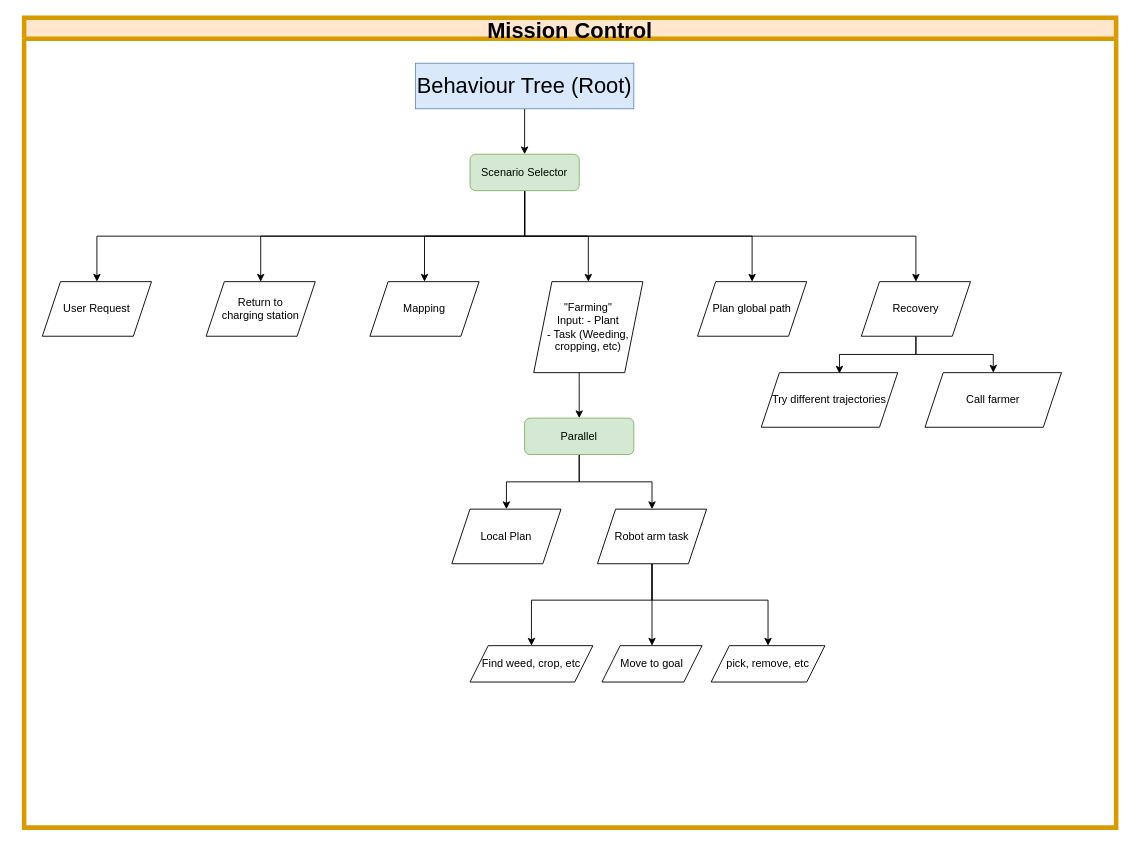
Earlier version of the draw.io diagram page "#3 Mission Control" (15 of 19) of OutdoorNavigationStructure.drawio (ipa-dmo/ipa_outdoor_docu). Source tidied: cells renumbered, new cells numbered last; positions are measured from the earlier drawing's top-left corner, leaving out a move shared by most shapes. Both pictures are drawn from the tidied source at 91%, with x=0, y=0 at pixel (24, 17).
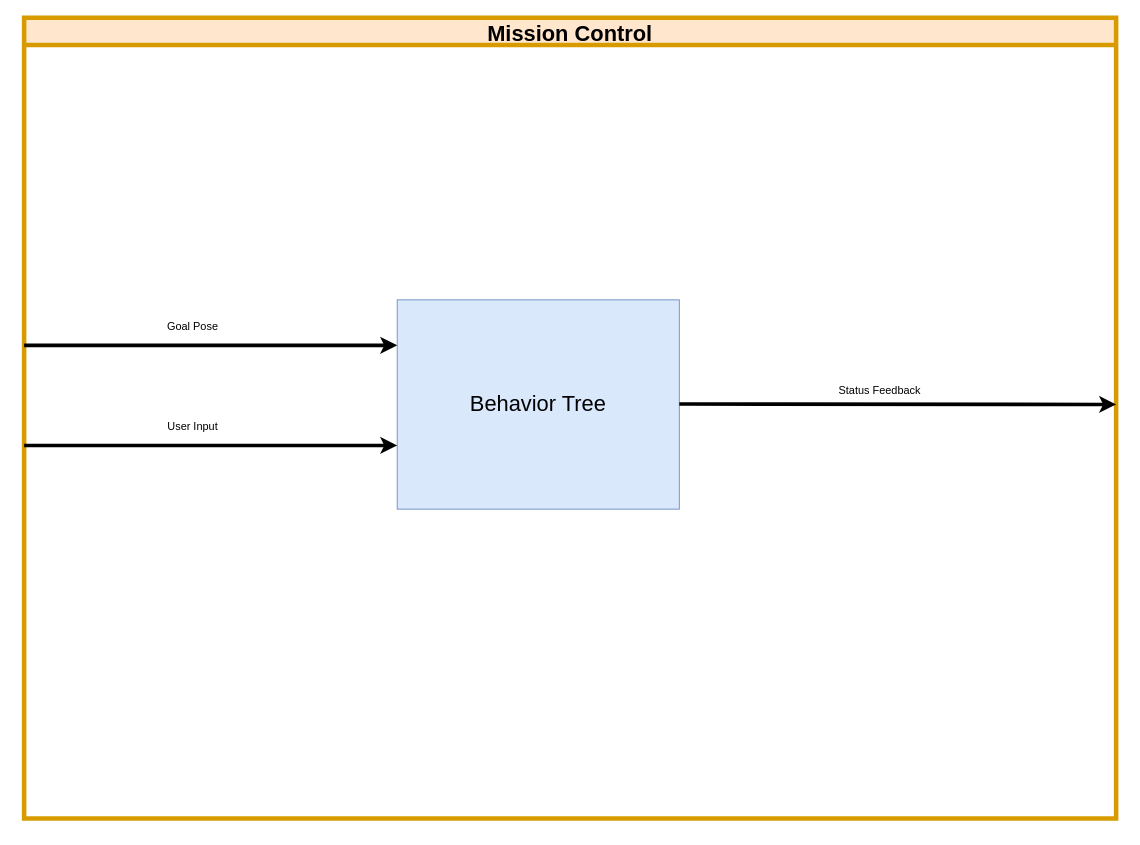
The same page after the edit.

Commit message (it also covers changes not shown here):
fix behavior tree level structure (moved to level #4)

Diff of the diagram source:
```diff
@@
-    <mxCell id="2" value="Mission Control" style="swimlane;fillColor=#ffe6cc;strokeColor=#d79b00;fontSize=24;strokeWidth=5;startSize=23;" parent="1" vertex="1">
-      <mxGeometry width="1200" height="890" as="geometry" />
+    <mxCell id="2" value="Mission Control" style="swimlane;fillColor=#ffe6cc;strokeColor=#d79b00;fontSize=24;strokeWidth=5;startSize=30;" parent="1" vertex="1">
+      <mxGeometry width="1200" height="880" as="geometry" />
     </mxCell>
-    <mxCell id="3" style="edgeStyle=orthogonalEdgeStyle;rounded=0;jettySize=auto;html=1;exitX=0.5;exitY=1;exitDx=0;exitDy=0;entryX=0.5;entryY=0;entryDx=0;entryDy=0;" parent="2" edge="1" source="4" target="14">
-      <mxGeometry relative="1" as="geometry" />
-    </mxCell>
-    <mxCell id="4" value="&lt;font style=&quot;font-size: 24px&quot;&gt;Behaviour Tree (Root)&lt;br&gt;&lt;/font&gt;" style="whiteSpace=wrap;html=1;fillColor=#dae8fc;strokeColor=#6c8ebf;" parent="2" vertex="1">
-      <mxGeometry x="430" y="50" width="240" height="50" as="geometry" />
-    </mxCell>
-    <mxCell id="5" value="User Request" style="shape=parallelogram;perimeter=parallelogramPerimeter;whiteSpace=wrap;html=1;fixedSize=1;" parent="2" vertex="1">
-      <mxGeometry x="20" y="290" width="120" height="60" as="geometry" />
-    </mxCell>
-    <mxCell id="6" value="Return to &lt;br&gt;charging station" style="shape=parallelogram;perimeter=parallelogramPerimeter;whiteSpace=wrap;html=1;fixedSize=1;" parent="2" vertex="1">
-      <mxGeometry x="200" y="290" width="120" height="60" as="geometry" />
-    </mxCell>
-    <mxCell id="7" value="Mapping" style="shape=parallelogram;perimeter=parallelogramPerimeter;whiteSpace=wrap;html=1;fixedSize=1;" parent="2" vertex="1">
-      <mxGeometry x="380" y="290" width="120" height="60" as="geometry" />
-    </mxCell>
-    <mxCell id="8" style="edgeStyle=orthogonalEdgeStyle;rounded=0;jettySize=auto;html=1;entryX=0.5;entryY=0;entryDx=0;entryDy=0;" parent="2" edge="1" source="14" target="17">
-      <mxGeometry relative="1" as="geometry" />
-    </mxCell>
-    <mxCell id="9" style="edgeStyle=orthogonalEdgeStyle;rounded=0;jettySize=auto;html=1;entryX=0.5;entryY=0;entryDx=0;entryDy=0;" parent="2" edge="1" source="14" target="7">
-      <mxGeometry relative="1" as="geometry" />
-    </mxCell>
-    <mxCell id="10" style="edgeStyle=orthogonalEdgeStyle;rounded=0;jettySize=auto;html=1;entryX=0.5;entryY=0;entryDx=0;entryDy=0;" parent="2" edge="1" source="14" target="15">
-      <mxGeometry relative="1" as="geometry">
-        <Array as="points">
-          <mxPoint x="550" y="240" />
-          <mxPoint x="800" y="240" />
-        </Array>
-      </mxGeometry>
-    </mxCell>
-    <mxCell id="11" style="edgeStyle=orthogonalEdgeStyle;rounded=0;jettySize=auto;html=1;entryX=0.5;entryY=0;entryDx=0;entryDy=0;" parent="2" edge="1" source="14" target="20">
-      <mxGeometry relative="1" as="geometry">
-        <Array as="points">
-          <mxPoint x="550" y="240" />
-          <mxPoint x="980" y="240" />
-        </Array>
-      </mxGeometry>
-    </mxCell>
-    <mxCell id="12" style="edgeStyle=orthogonalEdgeStyle;rounded=0;jettySize=auto;html=1;" parent="2" edge="1" source="14" target="6">
-      <mxGeometry relative="1" as="geometry">
-        <Array as="points">
-          <mxPoint x="550" y="240" />
-          <mxPoint x="260" y="240" />
-        </Array>
-      </mxGeometry>
-    </mxCell>
-    <mxCell id="13" style="edgeStyle=orthogonalEdgeStyle;rounded=0;jettySize=auto;html=1;" parent="2" edge="1" source="14" target="5">
-      <mxGeometry relative="1" as="geometry">
-        <Array as="points">
-          <mxPoint x="550" y="240" />
-          <mxPoint x="80" y="240" />
-        </Array>
-      </mxGeometry>
-    </mxCell>
-    <mxCell id="14" value="Scenario Selector" style="rounded=1;whiteSpace=wrap;html=1;fillColor=#d5e8d4;strokeColor=#82b366;" parent="2" vertex="1">
-      <mxGeometry x="490" y="150" width="120" height="40" as="geometry" />
-    </mxCell>
-    <mxCell id="15" value="Plan global path" style="shape=parallelogram;perimeter=parallelogramPerimeter;whiteSpace=wrap;html=1;fixedSize=1;" parent="2" vertex="1">
-      <mxGeometry x="740" y="290" width="120" height="60" as="geometry" />
-    </mxCell>
-    <mxCell id="16" style="edgeStyle=orthogonalEdgeStyle;rounded=0;jettySize=auto;html=1;entryX=0.5;entryY=0;entryDx=0;entryDy=0;" parent="2" edge="1" source="17" target="23">
-      <mxGeometry relative="1" as="geometry">
-        <Array as="points">
-          <mxPoint x="610" y="400" />
-          <mxPoint x="610" y="400" />
-        </Array>
-      </mxGeometry>
-    </mxCell>
-    <mxCell id="17" value="&quot;Farming&quot;&lt;br&gt;Input: - Plant&lt;br&gt;- Task (Weeding, cropping, etc)" style="shape=parallelogram;perimeter=parallelogramPerimeter;whiteSpace=wrap;html=1;fixedSize=1;" parent="2" vertex="1">
-      <mxGeometry x="560" y="290" width="120" height="100" as="geometry" />
-    </mxCell>
-    <mxCell id="18" style="edgeStyle=orthogonalEdgeStyle;rounded=0;jettySize=auto;html=1;entryX=0.573;entryY=0.017;entryDx=0;entryDy=0;entryPerimeter=0;" parent="2" edge="1" source="20" target="32">
-      <mxGeometry relative="1" as="geometry" />
-    </mxCell>
-    <mxCell id="19" style="edgeStyle=orthogonalEdgeStyle;rounded=0;jettySize=auto;html=1;" parent="2" edge="1" source="20" target="33">
-      <mxGeometry relative="1" as="geometry" />
-    </mxCell>
-    <mxCell id="20" value="Recovery" style="shape=parallelogram;perimeter=parallelogramPerimeter;whiteSpace=wrap;html=1;fixedSize=1;" parent="2" vertex="1">
-      <mxGeometry x="920" y="290" width="120" height="60" as="geometry" />
-    </mxCell>
-    <mxCell id="21" style="edgeStyle=orthogonalEdgeStyle;rounded=0;jettySize=auto;html=1;" parent="2" edge="1" source="23" target="28">
-      <mxGeometry relative="1" as="geometry" />
-    </mxCell>
-    <mxCell id="22" style="edgeStyle=orthogonalEdgeStyle;rounded=0;jettySize=auto;html=1;entryX=0.5;entryY=0;entryDx=0;entryDy=0;" parent="2" edge="1" source="23" target="24">
-      <mxGeometry relative="1" as="geometry" />
-    </mxCell>
-    <mxCell id="23" value="Parallel" style="rounded=1;whiteSpace=wrap;html=1;fillColor=#d5e8d4;strokeColor=#82b366;" parent="2" vertex="1">
-      <mxGeometry x="550" y="440" width="120" height="40" as="geometry" />
-    </mxCell>
-    <mxCell id="24" value="Local Plan" style="shape=parallelogram;perimeter=parallelogramPerimeter;whiteSpace=wrap;html=1;fixedSize=1;" parent="2" vertex="1">
-      <mxGeometry x="470" y="540" width="120" height="60" as="geometry" />
-    </mxCell>
-    <mxCell id="25" style="edgeStyle=orthogonalEdgeStyle;rounded=0;jettySize=auto;html=1;entryX=0.5;entryY=0;entryDx=0;entryDy=0;" parent="2" edge="1" source="28" target="29">
-      <mxGeometry relative="1" as="geometry">
-        <Array as="points">
-          <mxPoint x="690" y="640" />
-          <mxPoint x="558" y="640" />
-        </Array>
-      </mxGeometry>
-    </mxCell>
-    <mxCell id="26" style="edgeStyle=orthogonalEdgeStyle;rounded=0;jettySize=auto;html=1;entryX=0.5;entryY=0;entryDx=0;entryDy=0;" parent="2" edge="1" source="28" target="30">
-      <mxGeometry relative="1" as="geometry" />
-    </mxCell>
-    <mxCell id="27" style="edgeStyle=orthogonalEdgeStyle;rounded=0;jettySize=auto;html=1;entryX=0.5;entryY=0;entryDx=0;entryDy=0;" parent="2" edge="1" source="28" target="31">
-      <mxGeometry relative="1" as="geometry">
-        <Array as="points">
-          <mxPoint x="690" y="640" />
-          <mxPoint x="818" y="640" />
-        </Array>
-      </mxGeometry>
-    </mxCell>
-    <mxCell id="28" value="Robot arm task" style="shape=parallelogram;perimeter=parallelogramPerimeter;whiteSpace=wrap;html=1;fixedSize=1;" parent="2" vertex="1">
-      <mxGeometry x="630" y="540" width="120" height="60" as="geometry" />
-    </mxCell>
-    <mxCell id="29" value="Find weed, crop, etc" style="shape=parallelogram;perimeter=parallelogramPerimeter;whiteSpace=wrap;html=1;fixedSize=1;" parent="2" vertex="1">
-      <mxGeometry x="490" y="690" width="135" height="40" as="geometry" />
-    </mxCell>
-    <mxCell id="30" value="Move to goal" style="shape=parallelogram;perimeter=parallelogramPerimeter;whiteSpace=wrap;html=1;fixedSize=1;" parent="2" vertex="1">
-      <mxGeometry x="635" y="690" width="110" height="40" as="geometry" />
-    </mxCell>
-    <mxCell id="31" value="pick, remove, etc" style="shape=parallelogram;perimeter=parallelogramPerimeter;whiteSpace=wrap;html=1;fixedSize=1;" parent="2" vertex="1">
-      <mxGeometry x="755" y="690" width="125" height="40" as="geometry" />
-    </mxCell>
-    <mxCell id="32" value="Try different trajectories" style="shape=parallelogram;perimeter=parallelogramPerimeter;whiteSpace=wrap;html=1;fixedSize=1;" parent="2" vertex="1">
-      <mxGeometry x="810" y="390" width="150" height="60" as="geometry" />
-    </mxCell>
-    <mxCell id="33" value="Call farmer" style="shape=parallelogram;perimeter=parallelogramPerimeter;whiteSpace=wrap;html=1;fixedSize=1;" parent="2" vertex="1">
-      <mxGeometry x="990" y="390" width="150" height="60" as="geometry" />
-    </mxCell>
+    <mxCell id="34" value="&lt;font style=&quot;font-size: 24px&quot;&gt;Behavior Tree&lt;br&gt;&lt;/font&gt;" style="whiteSpace=wrap;html=1;fillColor=#dae8fc;strokeColor=#6c8ebf;" parent="2" vertex="1">
+      <mxGeometry x="410" y="310" width="310" height="230" as="geometry" />
+    </mxCell>
+    <mxCell id="35" style="endArrow=classic;html=1;entryX=0;entryY=0.5;entryDx=0;entryDy=0;strokeWidth=4;" parent="2" edge="1">
+      <mxGeometry relative="1" as="geometry">
+        <mxPoint y="360" as="sourcePoint" />
+        <mxPoint x="410" y="360" as="targetPoint" />
+      </mxGeometry>
+    </mxCell>
+    <mxCell id="36" style="endArrow=classic;html=1;entryX=0;entryY=0.5;entryDx=0;entryDy=0;strokeWidth=4;" parent="2" edge="1">
+      <mxGeometry relative="1" as="geometry">
+        <mxPoint y="470" as="sourcePoint" />
+        <mxPoint x="410" y="470" as="targetPoint" />
+      </mxGeometry>
+    </mxCell>
+    <mxCell id="37" style="endArrow=classic;html=1;strokeWidth=4;" parent="2" edge="1">
+      <mxGeometry relative="1" as="geometry">
+        <mxPoint x="720" y="424.5" as="sourcePoint" />
+        <mxPoint x="1200" y="425" as="targetPoint" />
+      </mxGeometry>
+    </mxCell>
+    <mxCell id="38" value="Goal Pose" style="text;html=1;align=center;verticalAlign=middle;strokeColor=none;fillColor=none;" parent="2" vertex="1">
+      <mxGeometry x="150" y="330" width="70" height="20" as="geometry" />
+    </mxCell>
+    <mxCell id="39" value="User Input" style="text;html=1;align=center;verticalAlign=middle;strokeColor=none;fillColor=none;" parent="2" vertex="1">
+      <mxGeometry x="150" y="440" width="70" height="20" as="geometry" />
+    </mxCell>
+    <mxCell id="40" value="Status Feedback" style="text;html=1;align=center;verticalAlign=middle;strokeColor=none;fillColor=none;" parent="2" vertex="1">
+      <mxGeometry x="885" y="400" width="110" height="20" as="geometry" />
+    </mxCell>
```
